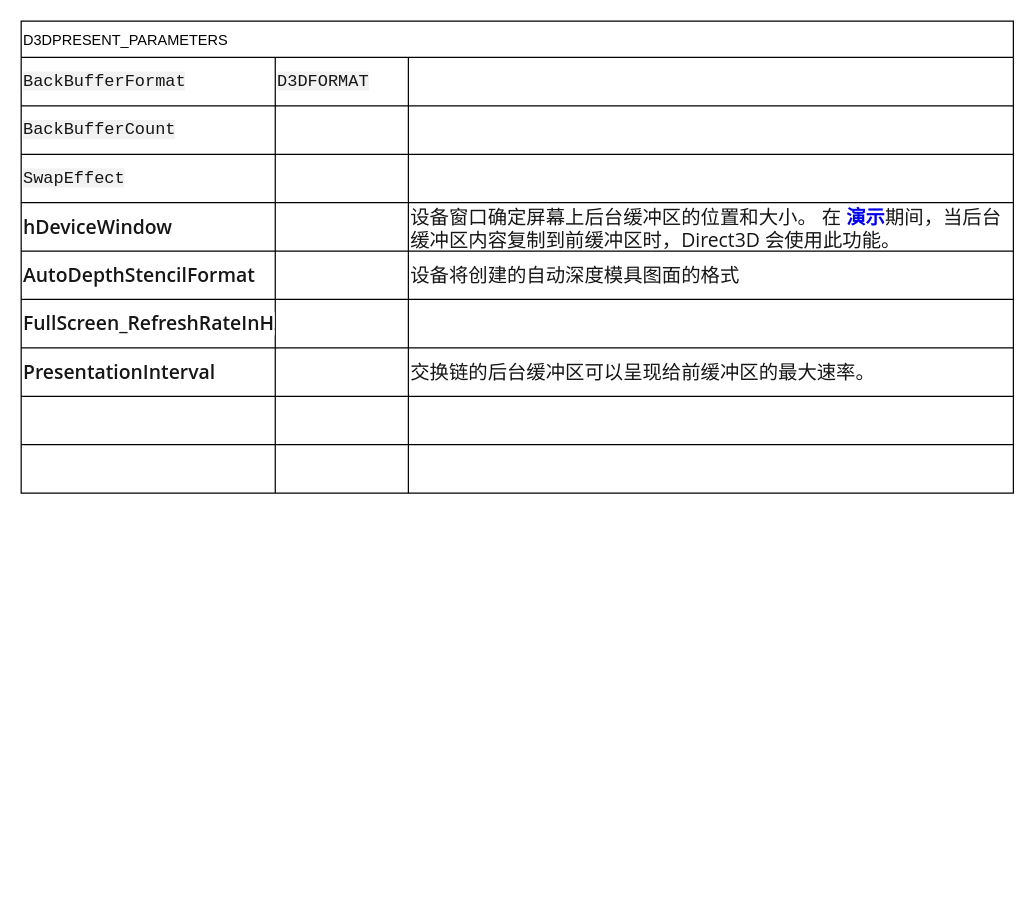
The draw.io diagram books/note.drawio in shijunLi-sys/drivers, before the edit. Source tidied: cells renumbered, new cells numbered last; positions are measured from the earlier drawing's top-left corner, leaving out a move shared by most shapes. Both pictures are drawn from the tidied source at 121%, with x=0, y=0 at pixel (21, 21).
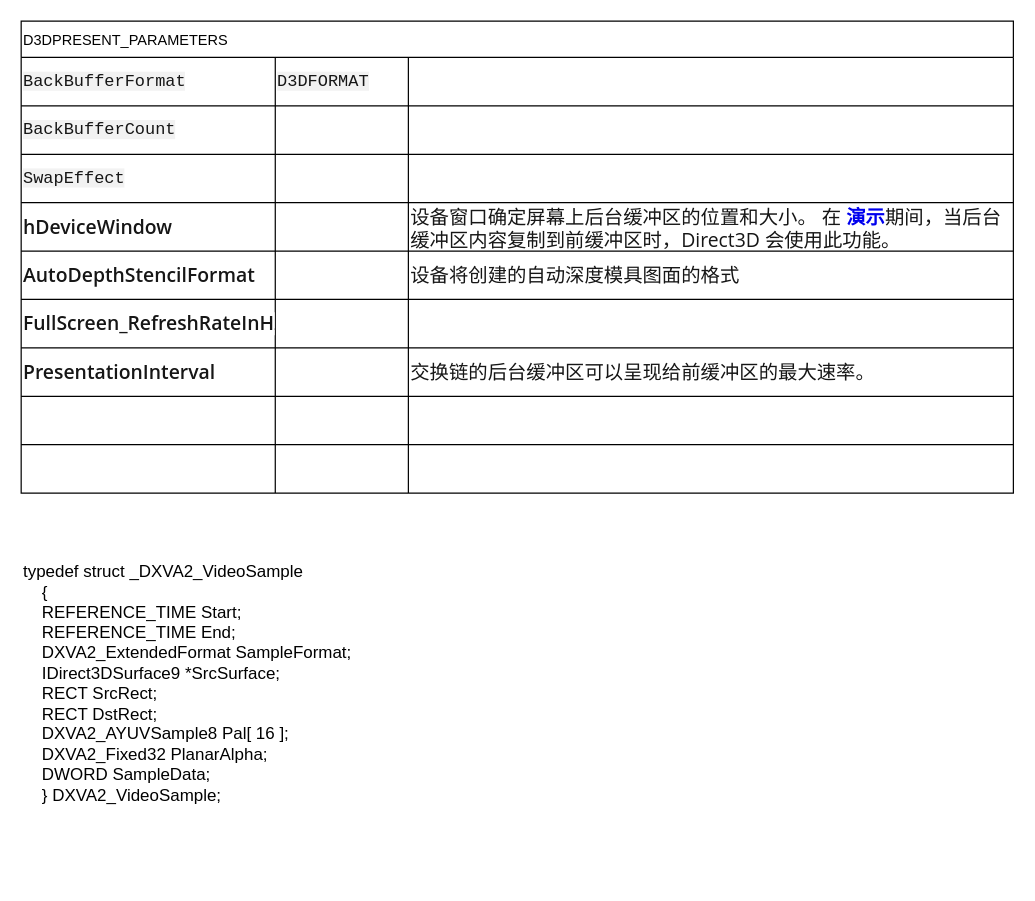
The same diagram, later.

Change to the diagram source:
```diff
@@
+    <mxCell id="39" value="&lt;font style=&quot;font-size: 14px;&quot;&gt;typedef struct _DXVA2_VideoSample&lt;br&gt;&amp;nbsp; &amp;nbsp; {&lt;br&gt;&amp;nbsp; &amp;nbsp; REFERENCE_TIME Start;&lt;br&gt;&amp;nbsp; &amp;nbsp; REFERENCE_TIME End;&lt;br&gt;&amp;nbsp; &amp;nbsp; DXVA2_ExtendedFormat SampleFormat;&lt;br&gt;&amp;nbsp; &amp;nbsp; IDirect3DSurface9 *SrcSurface;&lt;br&gt;&amp;nbsp; &amp;nbsp; RECT SrcRect;&lt;br&gt;&amp;nbsp; &amp;nbsp; RECT DstRect;&lt;br&gt;&amp;nbsp; &amp;nbsp; DXVA2_AYUVSample8 Pal[ 16 ];&lt;br&gt;&amp;nbsp; &amp;nbsp; DXVA2_Fixed32 PlanarAlpha;&lt;br&gt;&amp;nbsp; &amp;nbsp; DWORD SampleData;&lt;br&gt;&amp;nbsp; &amp;nbsp; } &#9;DXVA2_VideoSample;&lt;/font&gt;" style="text;whiteSpace=wrap;html=1;" parent="1" vertex="1">
+      <mxGeometry y="440" width="290" height="270" as="geometry" />
+    </mxCell>
```
